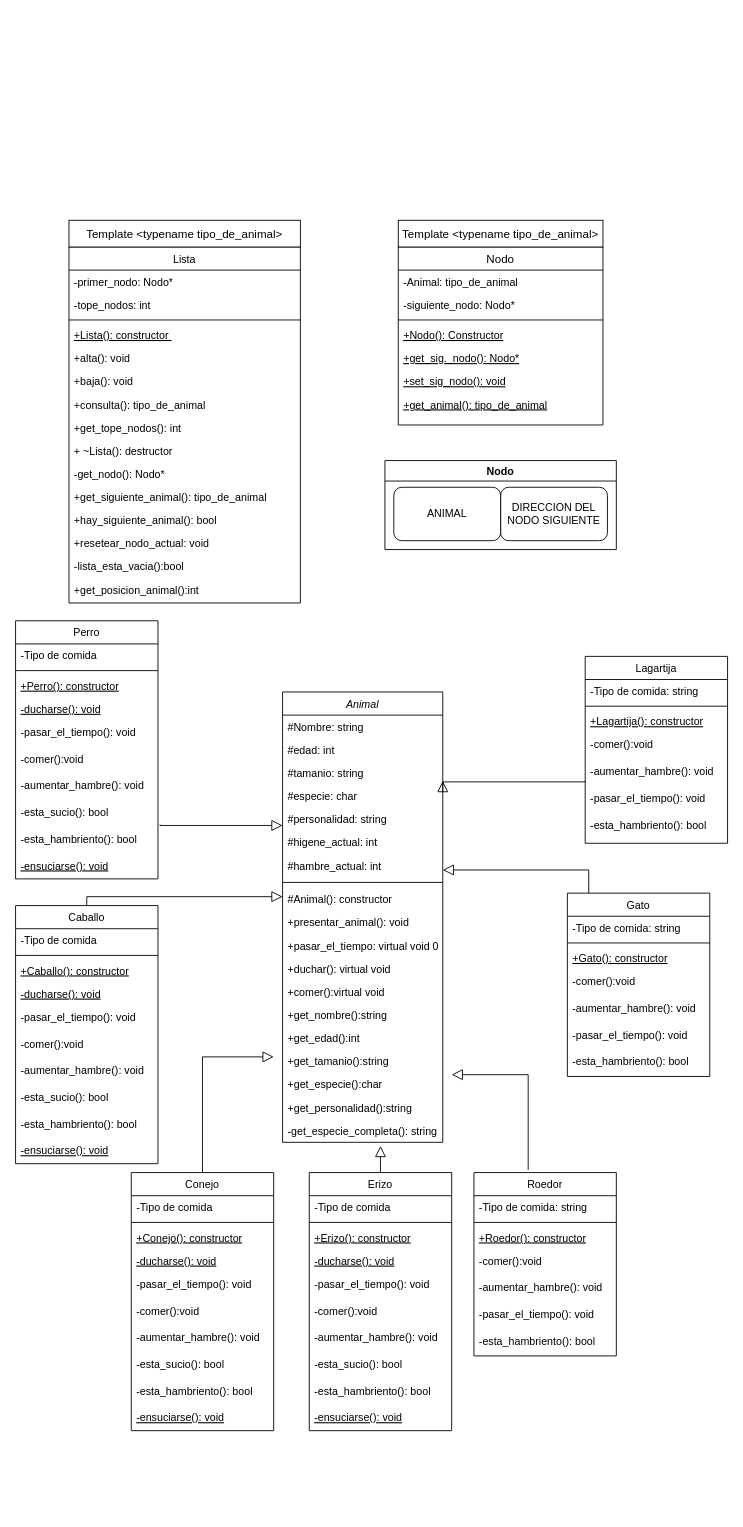
Earlier version of the draw.io diagram tp2_clases.drawio (gmenendez0/reserva_soniada). Source tidied: cells renumbered, new cells numbered last; positions are measured from the earlier drawing's top-left corner, leaving out a move shared by most shapes. Both pictures are drawn from the tidied source at 89%, with x=0, y=0 at pixel (15, 220).
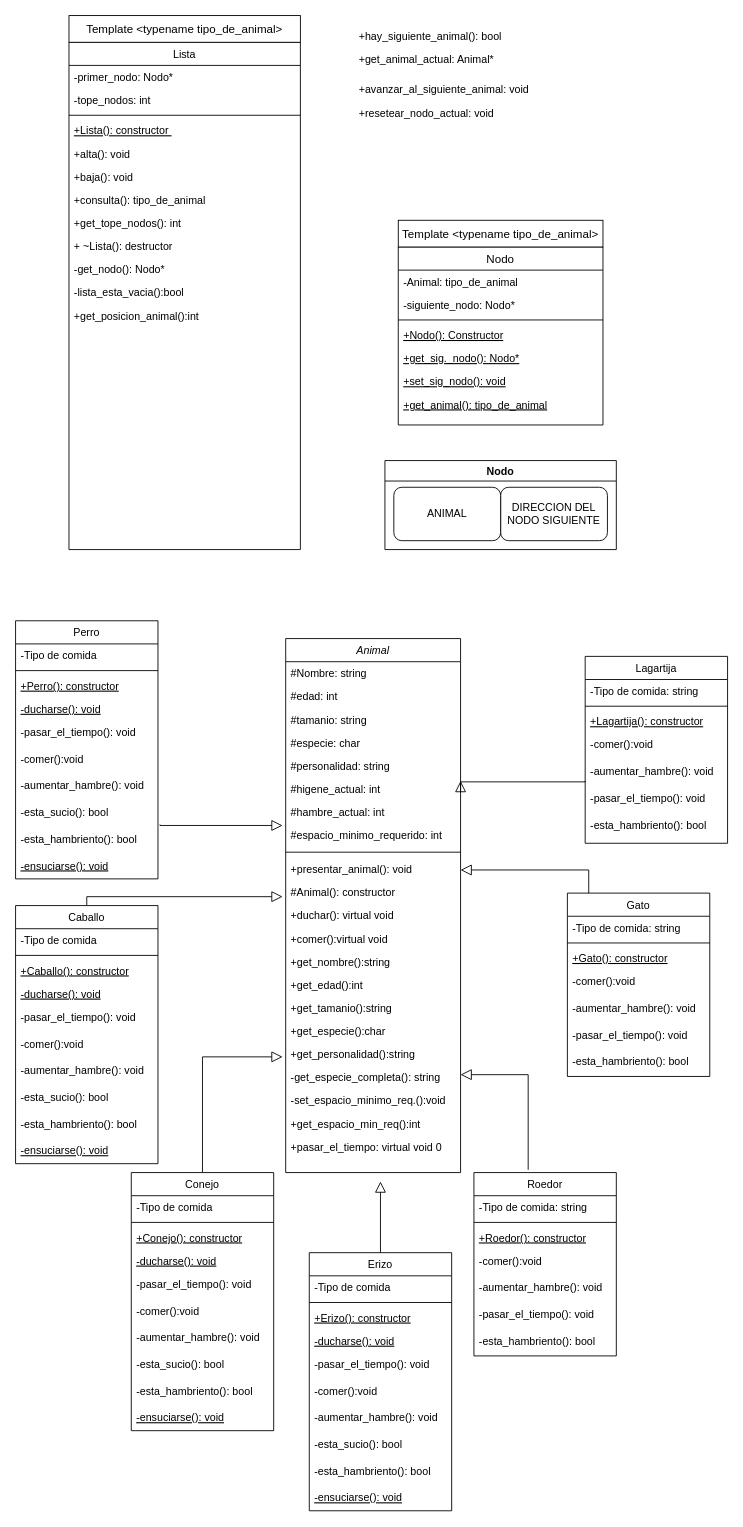
Above is the later version.

The change refers to these unchanged cells:
```xml
<mxCell id="36" value="Gato" style="swimlane;fontStyle=0;align=center;verticalAlign=top;horizontal=1;startSize=26;rounded=0;shadow=0;strokeWidth=1;" parent="1" vertex="1">
  <mxGeometry x="620" y="756" width="160" height="206" as="geometry" />
</mxCell>
<mxCell id="44" value="Roedor" style="swimlane;fontStyle=0;align=center;verticalAlign=top;horizontal=1;startSize=26;rounded=0;shadow=0;strokeWidth=1;" parent="1" vertex="1">
  <mxGeometry x="515" y="1070" width="160" height="206" as="geometry" />
</mxCell>
<mxCell id="91" value="Conejo" style="swimlane;fontStyle=0;align=center;verticalAlign=top;horizontal=1;startSize=26;rounded=0;shadow=0;strokeWidth=1;" parent="1" vertex="1">
  <mxGeometry x="130" y="1070" width="160" height="290" as="geometry" />
</mxCell>
<mxCell id="121" value="-esta_sucio(): bool" style="text;align=left;verticalAlign=top;spacingLeft=4;spacingRight=4;overflow=hidden;points=[[0,0.5],[1,0.5]];portConstraint=eastwest;" parent="113" vertex="1">
  <mxGeometry y="202" width="160" height="30" as="geometry" />
</mxCell>
```

Change to the diagram source:
```diff
@@
     <mxCell id="2" value="Animal" style="swimlane;fontStyle=2;align=center;verticalAlign=top;horizontal=1;startSize=26;rounded=0;shadow=0;strokeWidth=1;" parent="1" vertex="1">
-      <mxGeometry x="300" y="530" width="180" height="506" as="geometry" />
+      <mxGeometry x="303.5" y="470" width="196.5" height="600" as="geometry" />
     </mxCell>
     <mxCell id="3" value="#Nombre: string" style="text;align=left;verticalAlign=top;spacingLeft=4;spacingRight=4;overflow=hidden;" parent="2" vertex="1">
-      <mxGeometry y="26" width="180" height="26" as="geometry" />
+      <mxGeometry y="26" width="196.5" height="26" as="geometry" />
     </mxCell>
     <mxCell id="4" value="#edad: int" style="text;align=left;verticalAlign=top;spacingLeft=4;spacingRight=4;overflow=hidden;rounded=0;shadow=0;html=0;" parent="2" vertex="1">
-      <mxGeometry y="52" width="180" height="26" as="geometry" />
+      <mxGeometry y="52" width="196.5" height="26" as="geometry" />
     </mxCell>
     <mxCell id="5" value="#tamanio: string" style="text;align=left;verticalAlign=top;spacingLeft=4;spacingRight=4;overflow=hidden;rounded=0;shadow=0;html=0;" parent="2" vertex="1">
-      <mxGeometry y="78" width="180" height="26" as="geometry" />
+      <mxGeometry y="78" width="196.5" height="26" as="geometry" />
     </mxCell>
     <mxCell id="6" value="#especie: char" style="text;align=left;verticalAlign=top;spacingLeft=4;spacingRight=4;overflow=hidden;rounded=0;shadow=0;html=0;" parent="2" vertex="1">
-      <mxGeometry y="104" width="180" height="26" as="geometry" />
+      <mxGeometry y="104" width="196.5" height="26" as="geometry" />
     </mxCell>
     <mxCell id="7" value="#personalidad: string" style="text;align=left;verticalAlign=top;spacingLeft=4;spacingRight=4;overflow=hidden;points=[[0,0.5],[1,0.5]];portConstraint=eastwest;" parent="2" vertex="1">
-      <mxGeometry y="130" width="180" height="26" as="geometry" />
+      <mxGeometry y="130" width="196.5" height="26" as="geometry" />
     </mxCell>
     <mxCell id="8" value="#higene_actual: int" style="text;align=left;verticalAlign=top;spacingLeft=4;spacingRight=4;overflow=hidden;" parent="2" vertex="1">
-      <mxGeometry y="156" width="180" height="26" as="geometry" />
+      <mxGeometry y="156" width="196.5" height="26" as="geometry" />
     </mxCell>
     <mxCell id="9" value="#hambre_actual: int" style="text;align=left;verticalAlign=top;spacingLeft=4;spacingRight=4;overflow=hidden;points=[[0,0.5],[1,0.5]];portConstraint=eastwest;" parent="2" vertex="1">
-      <mxGeometry y="182" width="180" height="26" as="geometry" />
+      <mxGeometry y="182" width="196.5" height="26" as="geometry" />
     </mxCell>
+    <mxCell id="11" value="#espacio_minimo_requerido: int" style="text;align=left;verticalAlign=top;spacingLeft=4;spacingRight=4;overflow=hidden;" parent="2" vertex="1">
+      <mxGeometry y="208" width="196.5" height="26" as="geometry" />
+    </mxCell>
     <mxCell id="10" style="line;html=1;strokeWidth=1;align=left;verticalAlign=middle;spacingTop=-1;spacingLeft=3;spacingRight=3;labelPosition=right;" parent="2" vertex="1">
-      <mxGeometry y="208" width="180" height="12" as="geometry" />
+      <mxGeometry y="234" width="196.5" height="12" as="geometry" />
     </mxCell>
-    <mxCell id="11" value="#Animal(): constructor" style="text;align=left;verticalAlign=top;spacingLeft=4;spacingRight=4;overflow=hidden;" parent="2" vertex="1">
-      <mxGeometry y="220" width="180" height="26" as="geometry" />
-    </mxCell>
     <mxCell id="12" value="+presentar_animal(): void" style="text;align=left;verticalAlign=top;spacingLeft=4;spacingRight=4;overflow=hidden;" parent="2" vertex="1">
-      <mxGeometry y="246" width="180" height="26" as="geometry" />
+      <mxGeometry y="246" width="196.5" height="26" as="geometry" />
     </mxCell>
-    <mxCell id="13" value="+pasar_el_tiempo: virtual void 0" style="text;align=left;verticalAlign=top;spacingLeft=4;spacingRight=4;overflow=hidden;" parent="2" vertex="1">
-      <mxGeometry y="272" width="180" height="26" as="geometry" />
-    </mxCell>
+    <mxCell id="126" value="#Animal(): constructor" style="text;align=left;verticalAlign=top;spacingLeft=4;spacingRight=4;overflow=hidden;" parent="2" vertex="1">
+      <mxGeometry y="272" width="196.5" height="26" as="geometry" />
+    </mxCell>
     <mxCell id="14" value="+duchar(): virtual void" style="text;align=left;verticalAlign=top;spacingLeft=4;spacingRight=4;overflow=hidden;" parent="2" vertex="1">
-      <mxGeometry y="298" width="180" height="26" as="geometry" />
+      <mxGeometry y="298" width="196.5" height="26" as="geometry" />
     </mxCell>
     <mxCell id="15" value="+comer():virtual void" style="text;align=left;verticalAlign=top;spacingLeft=4;spacingRight=4;overflow=hidden;" parent="2" vertex="1">
-      <mxGeometry y="324" width="180" height="26" as="geometry" />
+      <mxGeometry y="324" width="196.5" height="26" as="geometry" />
     </mxCell>
     <mxCell id="16" value="+get_nombre():string" style="text;align=left;verticalAlign=top;spacingLeft=4;spacingRight=4;overflow=hidden;" parent="2" vertex="1">
-      <mxGeometry y="350" width="180" height="26" as="geometry" />
+      <mxGeometry y="350" width="196.5" height="26" as="geometry" />
     </mxCell>
     <mxCell id="17" value="+get_edad():int" style="text;align=left;verticalAlign=top;spacingLeft=4;spacingRight=4;overflow=hidden;" parent="2" vertex="1">
-      <mxGeometry y="376" width="180" height="26" as="geometry" />
+      <mxGeometry y="376" width="196.5" height="26" as="geometry" />
     </mxCell>
     <mxCell id="18" value="+get_tamanio():string" style="text;align=left;verticalAlign=top;spacingLeft=4;spacingRight=4;overflow=hidden;" parent="2" vertex="1">
-      <mxGeometry y="402" width="180" height="26" as="geometry" />
+      <mxGeometry y="402" width="196.5" height="26" as="geometry" />
     </mxCell>
     <mxCell id="19" value="+get_especie():char" style="text;align=left;verticalAlign=top;spacingLeft=4;spacingRight=4;overflow=hidden;" parent="2" vertex="1">
-      <mxGeometry y="428" width="180" height="26" as="geometry" />
+      <mxGeometry y="428" width="196.5" height="26" as="geometry" />
     </mxCell>
     <mxCell id="20" value="+get_personalidad():string" style="text;align=left;verticalAlign=top;spacingLeft=4;spacingRight=4;overflow=hidden;" parent="2" vertex="1">
-      <mxGeometry y="454" width="180" height="26" as="geometry" />
+      <mxGeometry y="454" width="196.5" height="26" as="geometry" />
     </mxCell>
     <mxCell id="21" value="-get_especie_completa(): string" style="text;align=left;verticalAlign=top;spacingLeft=4;spacingRight=4;overflow=hidden;" parent="2" vertex="1">
-      <mxGeometry y="480" width="180" height="26" as="geometry" />
+      <mxGeometry y="480" width="196.5" height="26" as="geometry" />
     </mxCell>
+    <mxCell id="127" value="-set_espacio_minimo_req.():void" style="text;align=left;verticalAlign=top;spacingLeft=4;spacingRight=4;overflow=hidden;" parent="2" vertex="1">
+      <mxGeometry y="506" width="196.5" height="26" as="geometry" />
+    </mxCell>
+    <mxCell id="128" value="+get_espacio_min_req():int" style="text;align=left;verticalAlign=top;spacingLeft=4;spacingRight=4;overflow=hidden;" parent="2" vertex="1">
+      <mxGeometry y="532" width="196.5" height="26" as="geometry" />
+    </mxCell>
+    <mxCell id="13" value="+pasar_el_tiempo: virtual void 0" style="text;align=left;verticalAlign=top;spacingLeft=4;spacingRight=4;overflow=hidden;" parent="2" vertex="1">
+      <mxGeometry y="558" width="196.5" height="26" as="geometry" />
+    </mxCell>
-    <mxCell id="22" style="endArrow=block;endSize=10;endFill=0;shadow=0;strokeWidth=1;rounded=0;edgeStyle=elbowEdgeStyle;elbow=vertical;exitX=1.014;exitY=0.898;exitDx=0;exitDy=0;exitPerimeter=0;" parent="1" edge="1" source="121" target="7">
+    <mxCell id="22" style="endArrow=block;endSize=10;endFill=0;shadow=0;strokeWidth=1;rounded=0;edgeStyle=elbowEdgeStyle;elbow=vertical;exitX=1.014;exitY=0.898;exitDx=0;exitDy=0;exitPerimeter=0;" parent="1" edge="1" source="121">
       <mxGeometry relative="1" as="geometry">
+        <mxPoint x="300" y="680" as="targetPoint" />
         <Array as="points">
           <mxPoint x="300" y="680" />
           <mxPoint x="90" y="710" />
         </Array>
       </mxGeometry>
     </mxCell>
     <mxCell id="23" value="Erizo" style="swimlane;fontStyle=0;align=center;verticalAlign=top;horizontal=1;startSize=26;rounded=0;shadow=0;strokeWidth=1;" parent="1" vertex="1">
-      <mxGeometry x="330" y="1070" width="160" height="290" as="geometry" />
+      <mxGeometry x="330" y="1160" width="160" height="290" as="geometry" />
     </mxCell>
@@
     <mxCell id="34" style="endArrow=block;endSize=10;endFill=0;shadow=0;strokeWidth=1;rounded=0;edgeStyle=elbowEdgeStyle;elbow=vertical;exitX=0.5;exitY=0;exitDx=0;exitDy=0;" parent="1" edge="1" source="91">
       <mxGeometry relative="1" as="geometry">
-        <mxPoint x="290" y="940" as="targetPoint" />
+        <mxPoint x="300" y="940" as="targetPoint" />
         <Array as="points">
           <mxPoint x="250" y="940" />
           <mxPoint x="380" y="900" />
           <mxPoint x="170" y="930" />
         </Array>
       </mxGeometry>
     </mxCell>
     <mxCell id="35" style="endArrow=block;endSize=10;endFill=0;shadow=0;strokeWidth=1;rounded=0;edgeStyle=elbowEdgeStyle;elbow=vertical;exitX=0.5;exitY=0;exitDx=0;exitDy=0;" parent="1" edge="1" source="23">
       <mxGeometry relative="1" as="geometry">
-        <mxPoint x="410" y="1040" as="targetPoint" />
+        <mxPoint x="410" y="1080" as="targetPoint" />
+        <Array as="points">
+          <mxPoint x="410" y="1080" />
+        </Array>
       </mxGeometry>
     </mxCell>
@@
-    <mxCell id="60" style="endArrow=block;endSize=10;endFill=0;shadow=0;strokeWidth=1;rounded=0;edgeStyle=elbowEdgeStyle;elbow=vertical;exitX=0.15;exitY=0;exitDx=0;exitDy=0;exitPerimeter=0;" parent="1" edge="1" source="36" target="9">
+    <mxCell id="60" style="endArrow=block;endSize=10;endFill=0;shadow=0;strokeWidth=1;rounded=0;edgeStyle=elbowEdgeStyle;elbow=vertical;exitX=0.15;exitY=0;exitDx=0;exitDy=0;exitPerimeter=0;" parent="1" edge="1" source="36">
       <mxGeometry relative="1" as="geometry">
+        <mxPoint x="500" y="730" as="targetPoint" />
         <Array as="points">
           <mxPoint x="590" y="730" />
           <mxPoint x="620" y="730" />
           <mxPoint x="480" y="730" />
           <mxPoint x="570" y="730" />
           <mxPoint x="570" y="729" />
           <mxPoint x="540" y="830" />
         </Array>
       </mxGeometry>
     </mxCell>
     <mxCell id="61" style="endArrow=block;endSize=10;endFill=0;shadow=0;strokeWidth=1;rounded=0;edgeStyle=elbowEdgeStyle;elbow=vertical;exitX=0.381;exitY=-0.015;exitDx=0;exitDy=0;exitPerimeter=0;" parent="1" edge="1" source="44">
       <mxGeometry relative="1" as="geometry">
-        <mxPoint x="490" y="960" as="targetPoint" />
+        <mxPoint x="500" y="960" as="targetPoint" />
         <Array as="points">
           <mxPoint x="576" y="960" />
           <mxPoint x="624" y="821" />
           <mxPoint x="484" y="821" />
           <mxPoint x="574" y="821" />
           <mxPoint x="574" y="820" />
           <mxPoint x="544" y="921" />
         </Array>
       </mxGeometry>
     </mxCell>
     <mxCell id="62" style="endArrow=block;endSize=10;endFill=0;shadow=0;strokeWidth=1;rounded=0;edgeStyle=elbowEdgeStyle;elbow=vertical;exitX=-0.025;exitY=0.885;exitDx=0;exitDy=0;exitPerimeter=0;" parent="1" edge="1">
       <mxGeometry relative="1" as="geometry">
         <mxPoint x="640" y="630" as="sourcePoint" />
-        <mxPoint x="480" y="630" as="targetPoint" />
+        <mxPoint x="500" y="630" as="targetPoint" />
         <Array as="points">
           <mxPoint x="594" y="631" />
           <mxPoint x="624" y="631" />
           <mxPoint x="484" y="631" />
           <mxPoint x="574" y="631" />
           <mxPoint x="574" y="630" />
           <mxPoint x="544" y="731" />
         </Array>
       </mxGeometry>
     </mxCell>
@@
     <mxCell id="75" value="Lista" style="swimlane;fontStyle=0;align=center;verticalAlign=top;horizontal=1;startSize=26;rounded=0;shadow=0;strokeWidth=1;" parent="1" vertex="1">
-      <mxGeometry x="60" y="30" width="260" height="400" as="geometry" />
+      <mxGeometry x="60" y="-200" width="260" height="570" as="geometry" />
     </mxCell>
@@
-    <mxCell id="86" value="+get_siguiente_animal(): tipo_de_animal" style="text;align=left;verticalAlign=top;spacingLeft=4;spacingRight=4;overflow=hidden;" parent="75" vertex="1">
-      <mxGeometry y="268" width="260" height="26" as="geometry" />
-    </mxCell>
-    <mxCell id="87" value="+hay_siguiente_animal(): bool" style="text;align=left;verticalAlign=top;spacingLeft=4;spacingRight=4;overflow=hidden;" parent="75" vertex="1">
-      <mxGeometry y="294" width="260" height="26" as="geometry" />
-    </mxCell>
-    <mxCell id="88" value="+resetear_nodo_actual: void" style="text;align=left;verticalAlign=top;spacingLeft=4;spacingRight=4;overflow=hidden;" parent="75" vertex="1">
-      <mxGeometry y="320" width="260" height="26" as="geometry" />
-    </mxCell>
     <mxCell id="89" value="-lista_esta_vacia():bool" style="text;align=left;verticalAlign=top;spacingLeft=4;spacingRight=4;overflow=hidden;" parent="75" vertex="1">
-      <mxGeometry y="346" width="260" height="26" as="geometry" />
+      <mxGeometry y="268" width="260" height="26" as="geometry" />
     </mxCell>
     <mxCell id="90" value="+get_posicion_animal():int" style="text;align=left;verticalAlign=top;spacingLeft=4;spacingRight=4;overflow=hidden;" parent="75" vertex="1">
-      <mxGeometry y="372" width="260" height="26" as="geometry" />
+      <mxGeometry y="294" width="260" height="26" as="geometry" />
     </mxCell>
@@
     <mxCell id="125" value="Template &amp;lt;typename tipo_de_animal&amp;gt;" style="rounded=0;whiteSpace=wrap;html=1;fontSize=13;" parent="1" vertex="1">
-      <mxGeometry x="60" width="260" height="30" as="geometry" />
+      <mxGeometry x="60" y="-230" width="260" height="30" as="geometry" />
     </mxCell>
+    <mxCell id="87" value="+hay_siguiente_animal(): bool" style="text;align=left;verticalAlign=top;spacingLeft=4;spacingRight=4;overflow=hidden;" parent="1" vertex="1">
+      <mxGeometry x="380" y="-220" width="260" height="26" as="geometry" />
+    </mxCell>
+    <mxCell id="86" value="+avanzar_al_siguiente_animal: void" style="text;align=left;verticalAlign=top;spacingLeft=4;spacingRight=4;overflow=hidden;" parent="1" vertex="1">
+      <mxGeometry x="380" y="-160" width="260" height="26" as="geometry" />
+    </mxCell>
+    <mxCell id="88" value="+resetear_nodo_actual: void" style="text;align=left;verticalAlign=top;spacingLeft=4;spacingRight=4;overflow=hidden;" parent="1" vertex="1">
+      <mxGeometry x="380" y="-134" width="260" height="26" as="geometry" />
+    </mxCell>
+    <mxCell id="129" value="+get_animal_actual: Animal*" style="text;align=left;verticalAlign=top;spacingLeft=4;spacingRight=4;overflow=hidden;" parent="1" vertex="1">
+      <mxGeometry x="380" y="-194" width="260" height="26" as="geometry" />
+    </mxCell>
```
